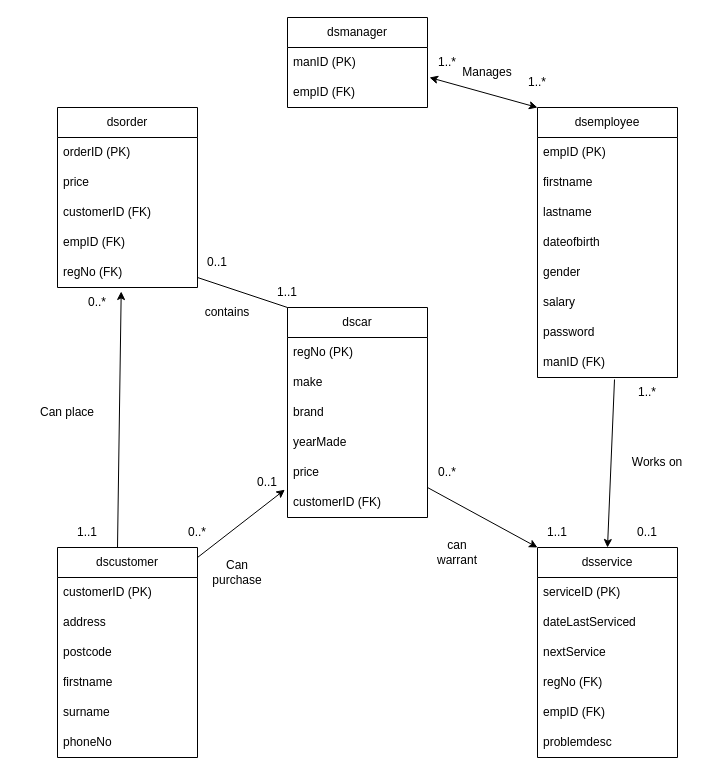
Justolivr/DatabaseCoursework keeps this draw.io diagram as Car Dealership.drawio. Above is the earlier version. Source tidied: cells renumbered, new cells numbered last; positions are measured from the earlier drawing's top-left corner, leaving out a move shared by most shapes. Both pictures are drawn from the tidied source at 100%, with x=0, y=0 at pixel (37, 17).
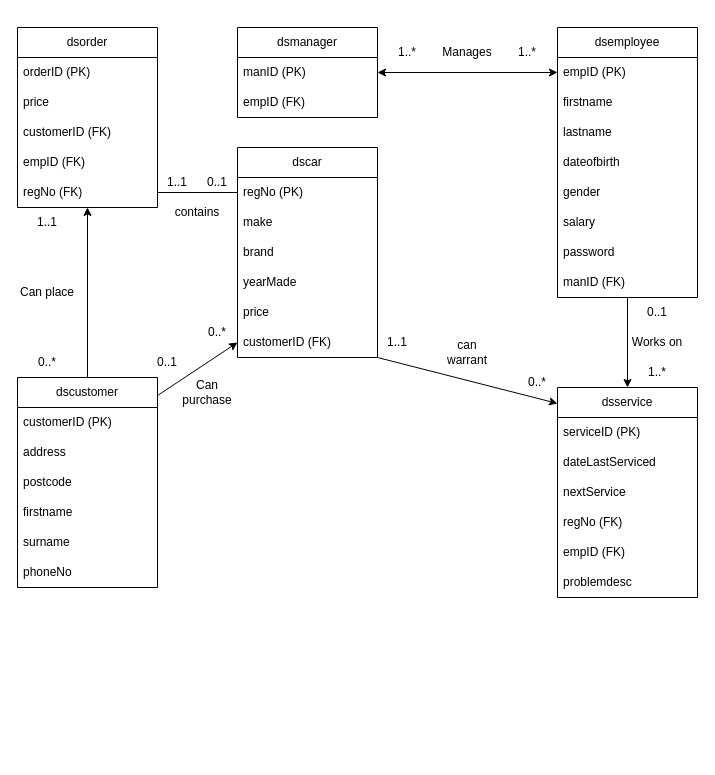
The same page after the edit.

The change refers to these unchanged cells:
```xml
<mxCell id="3" value="regNo (PK)" style="text;strokeColor=none;fillColor=none;align=left;verticalAlign=middle;spacingLeft=4;spacingRight=4;overflow=hidden;points=[[0,0.5],[1,0.5]];portConstraint=eastwest;whiteSpace=wrap;html=1;" parent="2" vertex="1">
  <mxGeometry y="30" width="140" height="30" as="geometry" />
</mxCell>
<mxCell id="7" value="price" style="text;strokeColor=none;fillColor=none;align=left;verticalAlign=middle;spacingLeft=4;spacingRight=4;overflow=hidden;points=[[0,0.5],[1,0.5]];portConstraint=eastwest;whiteSpace=wrap;html=1;" parent="2" vertex="1">
  <mxGeometry y="150" width="140" height="30" as="geometry" />
</mxCell>
<mxCell id="8" value="customerID (FK)" style="text;strokeColor=none;fillColor=none;align=left;verticalAlign=middle;spacingLeft=4;spacingRight=4;overflow=hidden;points=[[0,0.5],[1,0.5]];portConstraint=eastwest;whiteSpace=wrap;html=1;" parent="2" vertex="1">
  <mxGeometry y="180" width="140" height="30" as="geometry" />
</mxCell>
<mxCell id="14" value="regNo (FK)" style="text;strokeColor=none;fillColor=none;align=left;verticalAlign=middle;spacingLeft=4;spacingRight=4;overflow=hidden;points=[[0,0.5],[1,0.5]];portConstraint=eastwest;whiteSpace=wrap;html=1;" parent="9" vertex="1">
  <mxGeometry y="150" width="140" height="30" as="geometry" />
</mxCell>
<mxCell id="16" value="empID (PK)" style="text;strokeColor=none;fillColor=none;align=left;verticalAlign=middle;spacingLeft=4;spacingRight=4;overflow=hidden;points=[[0,0.5],[1,0.5]];portConstraint=eastwest;whiteSpace=wrap;html=1;" parent="15" vertex="1">
  <mxGeometry y="30" width="140" height="30" as="geometry" />
</mxCell>
<mxCell id="23" value="manID (FK)" style="text;strokeColor=none;fillColor=none;align=left;verticalAlign=middle;spacingLeft=4;spacingRight=4;overflow=hidden;points=[[0,0.5],[1,0.5]];portConstraint=eastwest;whiteSpace=wrap;html=1;" parent="15" vertex="1">
  <mxGeometry y="240" width="140" height="30" as="geometry" />
</mxCell>
<mxCell id="39" value="manID (PK)" style="text;strokeColor=none;fillColor=none;align=left;verticalAlign=middle;spacingLeft=4;spacingRight=4;overflow=hidden;points=[[0,0.5],[1,0.5]];portConstraint=eastwest;whiteSpace=wrap;html=1;" parent="38" vertex="1">
  <mxGeometry y="30" width="140" height="30" as="geometry" />
</mxCell>
```

Change to the diagram source:
```diff
@@
     <mxCell id="2" value="&lt;div&gt;dscar&lt;/div&gt;" style="swimlane;fontStyle=0;horizontal=1;startSize=30;whiteSpace=wrap;html=1;" parent="1" vertex="1">
-      <mxGeometry x="250" y="290" width="140" height="210" as="geometry" />
+      <mxGeometry x="200" y="130" width="140" height="210" as="geometry" />
     </mxCell>
@@
     <mxCell id="9" value="dsorder" style="swimlane;fontStyle=0;horizontal=1;startSize=30;whiteSpace=wrap;html=1;" parent="1" vertex="1">
-      <mxGeometry x="20" y="90" width="140" height="180" as="geometry" />
+      <mxGeometry x="-20" y="10" width="140" height="180" as="geometry" />
     </mxCell>
@@
     <mxCell id="15" value="dsemployee" style="swimlane;fontStyle=0;horizontal=1;startSize=30;whiteSpace=wrap;html=1;" parent="1" vertex="1">
-      <mxGeometry x="500" y="90" width="140" height="270" as="geometry" />
+      <mxGeometry x="520" y="10" width="140" height="270" as="geometry" />
     </mxCell>
@@
     <mxCell id="24" value="dscustomer" style="swimlane;fontStyle=0;horizontal=1;startSize=30;whiteSpace=wrap;html=1;" parent="1" vertex="1">
-      <mxGeometry x="20" y="530" width="140" height="210" as="geometry" />
+      <mxGeometry x="-20" y="360" width="140" height="210" as="geometry" />
     </mxCell>
@@
     <mxCell id="31" value="dsservice" style="swimlane;fontStyle=0;horizontal=1;startSize=30;whiteSpace=wrap;html=1;" parent="1" vertex="1">
-      <mxGeometry x="500" y="530" width="140" height="210" as="geometry" />
+      <mxGeometry x="520" y="370" width="140" height="210" as="geometry" />
     </mxCell>
@@
     <mxCell id="38" value="dsmanager" style="swimlane;fontStyle=0;horizontal=1;startSize=30;whiteSpace=wrap;html=1;" parent="1" vertex="1">
-      <mxGeometry x="250" width="140" height="90" as="geometry" />
+      <mxGeometry x="200" y="10" width="140" height="90" as="geometry" />
     </mxCell>
@@
-    <mxCell id="41" style="endArrow=classic;startArrow=classic;html=1;rounded=0;entryX=0;entryY=0;entryDx=0;entryDy=0;" parent="1" edge="1" target="15">
-      <mxGeometry relative="1" as="geometry">
-        <mxPoint x="392" y="60" as="sourcePoint" />
-      </mxGeometry>
+    <mxCell id="41" style="endArrow=classic;startArrow=classic;html=1;rounded=0;exitX=1;exitY=0.5;exitDx=0;exitDy=0;entryX=0;entryY=0.5;entryDx=0;entryDy=0;" parent="1" edge="1" source="39" target="16">
+      <mxGeometry relative="1" as="geometry" />
     </mxCell>
     <mxCell id="42" value="Manages" style="text;html=1;align=center;verticalAlign=middle;whiteSpace=wrap;rounded=0;" parent="1" vertex="1">
-      <mxGeometry x="420" y="40" width="60" height="30" as="geometry" />
+      <mxGeometry x="400" y="20" width="60" height="30" as="geometry" />
     </mxCell>
     <mxCell id="43" value="Works on" style="text;html=1;align=center;verticalAlign=middle;whiteSpace=wrap;rounded=0;" parent="1" vertex="1">
-      <mxGeometry x="590" y="430" width="60" height="30" as="geometry" />
+      <mxGeometry x="590" y="310" width="60" height="30" as="geometry" />
     </mxCell>
     <mxCell id="44" value="can warrant" style="text;html=1;align=center;verticalAlign=middle;whiteSpace=wrap;rounded=0;" parent="1" vertex="1">
-      <mxGeometry x="390" y="520" width="60" height="30" as="geometry" />
+      <mxGeometry x="400" y="320" width="60" height="30" as="geometry" />
     </mxCell>
-    <mxCell id="45" style="endArrow=classic;html=1;rounded=0;entryX=0;entryY=0;entryDx=0;entryDy=0;" parent="1" edge="1" target="31">
+    <mxCell id="45" style="endArrow=classic;html=1;rounded=0;entryX=0;entryY=0.076;entryDx=0;entryDy=0;entryPerimeter=0;" parent="1" edge="1" target="31">
       <mxGeometry relative="1" as="geometry">
-        <mxPoint x="390" y="470" as="sourcePoint" />
+        <mxPoint x="340" y="340" as="sourcePoint" />
       </mxGeometry>
     </mxCell>
-    <mxCell id="46" style="endArrow=none;startArrow=classic;html=1;rounded=0;exitX=0.5;exitY=0;exitDx=0;exitDy=0;entryX=0.55;entryY=1.067;entryDx=0;entryDy=0;entryPerimeter=0;startFill=1;endFill=0;" parent="1" edge="1" source="31" target="23">
+    <mxCell id="46" style="endArrow=none;startArrow=classic;html=1;rounded=0;exitX=0.5;exitY=0;exitDx=0;exitDy=0;startFill=1;endFill=0;" parent="1" edge="1" source="31" target="23">
       <mxGeometry relative="1" as="geometry" />
     </mxCell>
-    <mxCell id="47" style="endArrow=classic;html=1;rounded=0;entryX=-0.019;entryY=1.073;entryDx=0;entryDy=0;entryPerimeter=0;" parent="1" edge="1" target="7">
-      <mxGeometry relative="1" as="geometry">
-        <mxPoint x="160" y="540" as="sourcePoint" />
-      </mxGeometry>
+    <mxCell id="47" style="endArrow=classic;html=1;rounded=0;entryX=0;entryY=0.5;entryDx=0;entryDy=0;exitX=1;exitY=0.086;exitDx=0;exitDy=0;exitPerimeter=0;" parent="1" edge="1" source="24" target="8">
+      <mxGeometry relative="1" as="geometry" />
     </mxCell>
     <mxCell id="48" value="Can purchase" style="text;html=1;align=center;verticalAlign=middle;whiteSpace=wrap;rounded=0;" parent="1" vertex="1">
-      <mxGeometry x="170" y="540" width="60" height="30" as="geometry" />
+      <mxGeometry x="140" y="360" width="60" height="30" as="geometry" />
     </mxCell>
     <mxCell id="49" value="Can place" style="text;html=1;align=center;verticalAlign=middle;whiteSpace=wrap;rounded=0;" parent="1" vertex="1">
-      <mxGeometry y="380" width="60" height="30" as="geometry" />
+      <mxGeometry x="-20" y="260" width="60" height="30" as="geometry" />
     </mxCell>
-    <mxCell id="50" style="endArrow=classic;html=1;rounded=0;entryX=0.455;entryY=1.133;entryDx=0;entryDy=0;entryPerimeter=0;" parent="1" edge="1" target="14">
-      <mxGeometry relative="1" as="geometry">
-        <mxPoint x="80" y="530" as="sourcePoint" />
-      </mxGeometry>
+    <mxCell id="50" style="endArrow=classic;html=1;rounded=0;exitX=0.5;exitY=0;exitDx=0;exitDy=0;" parent="1" edge="1" source="24" target="14">
+      <mxGeometry relative="1" as="geometry" />
     </mxCell>
     <mxCell id="51" value="&lt;div&gt;contains&lt;/div&gt;" style="text;html=1;align=center;verticalAlign=middle;whiteSpace=wrap;rounded=0;" parent="1" vertex="1">
-      <mxGeometry x="160" y="280" width="60" height="30" as="geometry" />
+      <mxGeometry x="130" y="180" width="60" height="30" as="geometry" />
     </mxCell>
-    <mxCell id="52" style="endArrow=none;html=1;rounded=0;entryX=0;entryY=0;entryDx=0;entryDy=0;" parent="1" edge="1" target="2">
-      <mxGeometry relative="1" as="geometry">
-        <mxPoint x="160" y="260" as="sourcePoint" />
-      </mxGeometry>
+    <mxCell id="52" style="endArrow=none;html=1;rounded=0;exitX=1;exitY=0.5;exitDx=0;exitDy=0;entryX=0;entryY=0.5;entryDx=0;entryDy=0;" parent="1" edge="1" source="14" target="3">
+      <mxGeometry relative="1" as="geometry" />
     </mxCell>
     <mxCell id="53" value="1..*" style="text;html=1;align=center;verticalAlign=middle;whiteSpace=wrap;rounded=0;" parent="1" vertex="1">
-      <mxGeometry x="380" y="30" width="60" height="30" as="geometry" />
+      <mxGeometry x="340" y="20" width="60" height="30" as="geometry" />
     </mxCell>
     <mxCell id="54" value="1..*" style="text;html=1;align=center;verticalAlign=middle;whiteSpace=wrap;rounded=0;" parent="1" vertex="1">
-      <mxGeometry x="470" y="50" width="60" height="30" as="geometry" />
+      <mxGeometry x="460" y="20" width="60" height="30" as="geometry" />
     </mxCell>
     <mxCell id="55" value="0..1" style="text;html=1;align=center;verticalAlign=middle;whiteSpace=wrap;rounded=0;" parent="1" vertex="1">
-      <mxGeometry x="150" y="230" width="60" height="30" as="geometry" />
+      <mxGeometry x="150" y="150" width="60" height="30" as="geometry" />
     </mxCell>
     <mxCell id="56" value="1..1" style="text;html=1;align=center;verticalAlign=middle;whiteSpace=wrap;rounded=0;" parent="1" vertex="1">
-      <mxGeometry x="220" y="260" width="60" height="30" as="geometry" />
+      <mxGeometry x="110" y="150" width="60" height="30" as="geometry" />
     </mxCell>
     <mxCell id="57" value="1..1" style="text;html=1;align=center;verticalAlign=middle;whiteSpace=wrap;rounded=0;" parent="1" vertex="1">
-      <mxGeometry x="20" y="500" width="60" height="30" as="geometry" />
+      <mxGeometry x="-20" y="190" width="60" height="30" as="geometry" />
     </mxCell>
     <mxCell id="58" value="0..*" style="text;html=1;align=center;verticalAlign=middle;whiteSpace=wrap;rounded=0;" parent="1" vertex="1">
-      <mxGeometry x="30" y="270" width="60" height="30" as="geometry" />
+      <mxGeometry x="-20" y="330" width="60" height="30" as="geometry" />
     </mxCell>
     <mxCell id="59" value="0..*" style="text;html=1;align=center;verticalAlign=middle;whiteSpace=wrap;rounded=0;" parent="1" vertex="1">
-      <mxGeometry x="130" y="500" width="60" height="30" as="geometry" />
+      <mxGeometry x="150" y="300" width="60" height="30" as="geometry" />
     </mxCell>
     <mxCell id="60" value="0..1" style="text;html=1;align=center;verticalAlign=middle;whiteSpace=wrap;rounded=0;" parent="1" vertex="1">
-      <mxGeometry x="200" y="450" width="60" height="30" as="geometry" />
+      <mxGeometry x="100" y="330" width="60" height="30" as="geometry" />
     </mxCell>
     <mxCell id="61" value="1..1" style="text;html=1;align=center;verticalAlign=middle;whiteSpace=wrap;rounded=0;" parent="1" vertex="1">
-      <mxGeometry x="490" y="500" width="60" height="30" as="geometry" />
+      <mxGeometry x="330" y="310" width="60" height="30" as="geometry" />
     </mxCell>
     <mxCell id="62" value="0..*" style="text;html=1;align=center;verticalAlign=middle;whiteSpace=wrap;rounded=0;" parent="1" vertex="1">
-      <mxGeometry x="380" y="440" width="60" height="30" as="geometry" />
+      <mxGeometry x="470" y="350" width="60" height="30" as="geometry" />
     </mxCell>
     <mxCell id="63" value="1..*" style="text;html=1;align=center;verticalAlign=middle;whiteSpace=wrap;rounded=0;" parent="1" vertex="1">
-      <mxGeometry x="580" y="360" width="60" height="30" as="geometry" />
+      <mxGeometry x="590" y="340" width="60" height="30" as="geometry" />
     </mxCell>
     <mxCell id="64" value="0..1" style="text;html=1;align=center;verticalAlign=middle;whiteSpace=wrap;rounded=0;" parent="1" vertex="1">
-      <mxGeometry x="580" y="500" width="60" height="30" as="geometry" />
+      <mxGeometry x="590" y="280" width="60" height="30" as="geometry" />
     </mxCell>
```
